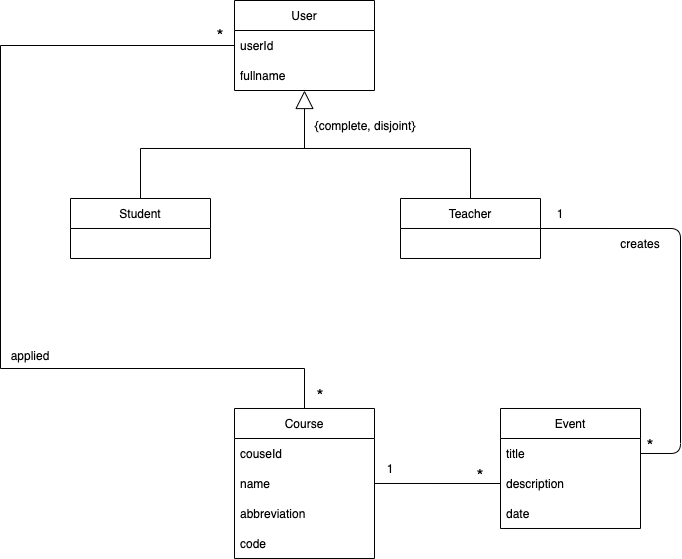
LEIC-ES-2021-22/3LEIC01T1 keeps this draw.io diagram as images/domain-model.drawio.png. Above is the earlier version. Source tidied: cells renumbered, new cells last; positions are measured from the earlier drawing's top-left corner, leaving out a move shared by most shapes.
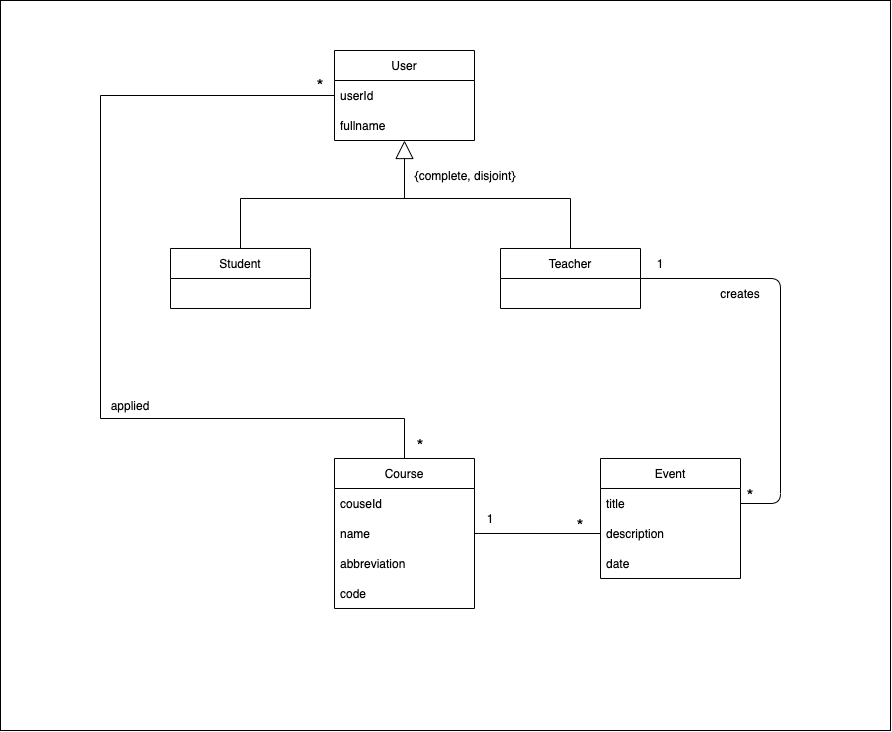
Later version of the same file.

Commit message:
Fixed #3, figures have background now

Diff of the diagram source:
```diff
@@ -2,6 +2,9 @@
   <root>
     <mxCell id="0" />
     <mxCell id="1" parent="0" />
+    <mxCell id="30" style="rounded=0;whiteSpace=wrap;html=1;" parent="1" vertex="1">
+      <mxGeometry x="-100" y="-50" width="890" height="730" as="geometry" />
+    </mxCell>
     <mxCell id="2" value="Student" style="swimlane;fontStyle=0;horizontal=1;startSize=30;" parent="1" vertex="1">
       <mxGeometry x="70" y="198" width="140" height="60" as="geometry" />
     </mxCell>
```
